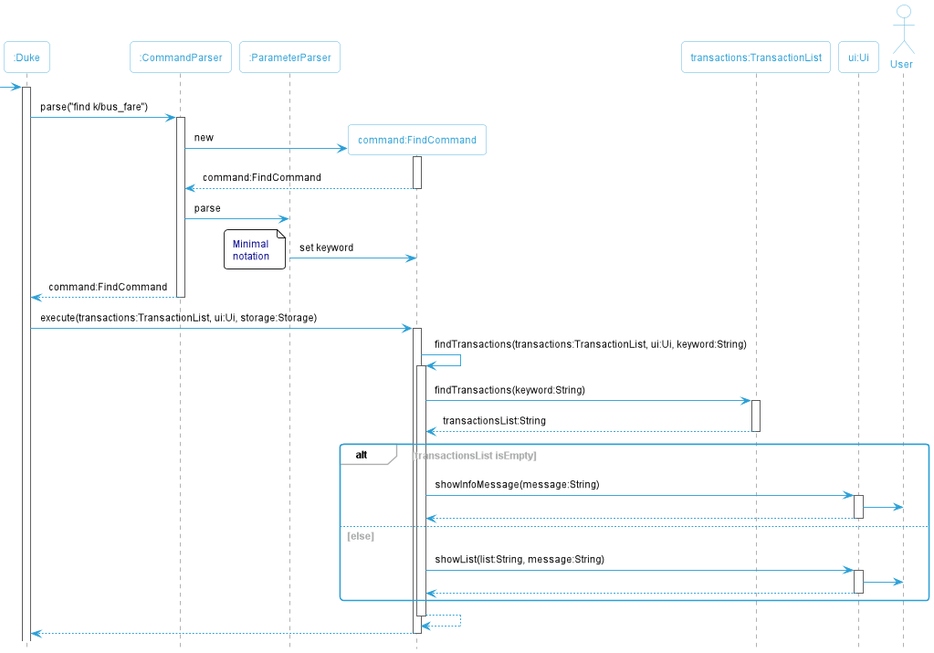
This is docs/images/FindCommandSequenceDiagram.png from nus-cs2113-AY2223S1/tp, a PlantUML export, as it was before one commit.
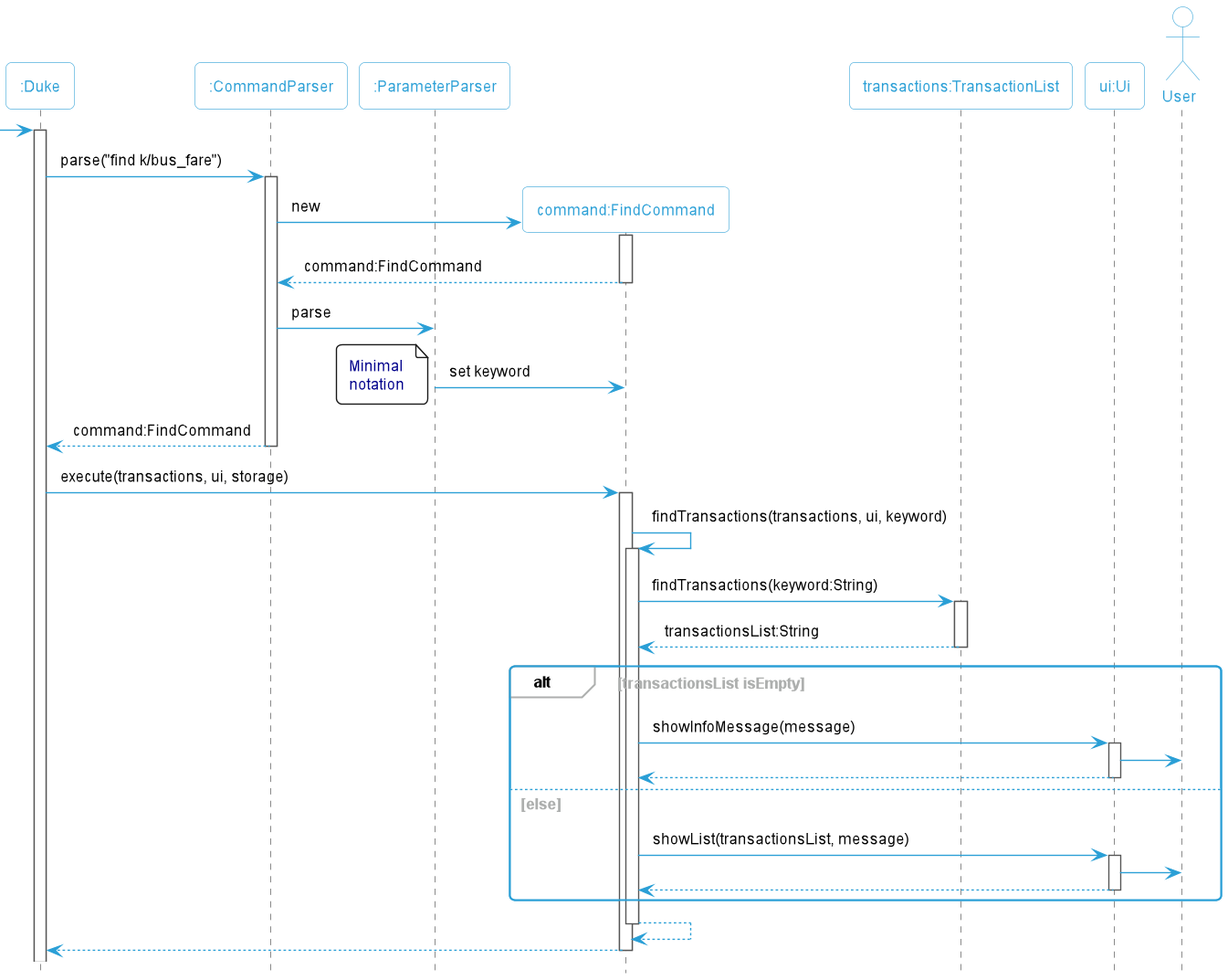
The same diagram one commit later.

Change to the diagram source:
```diff
@@ -22,20 +22,20 @@
         note left: Minimal\nnotation
     return command:FindCommand
 
-duke -> command:execute(transactions:TransactionList, ui:Ui, storage:Storage)
+duke -> command:execute(transactions, ui, storage)
     activate command
-    command -> command: findTransactions(transactions:TransactionList, ui:Ui, keyword:String)
+    command -> command: findTransactions(transactions, ui, keyword)
         activate command
         command -> transactions:findTransactions(keyword:String)
         activate transactions
         return transactionsList:String
         alt transactionsList isEmpty
-            command -> ui:showInfoMessage(message:String)
+            command -> ui:showInfoMessage(message)
             activate ui
                 ui -> User
             return
         else else
-            command -> ui:showList(list:String, message:String)
+            command -> ui:showList(transactionsList, message)
             activate ui
                 ui -> User
             return
```
